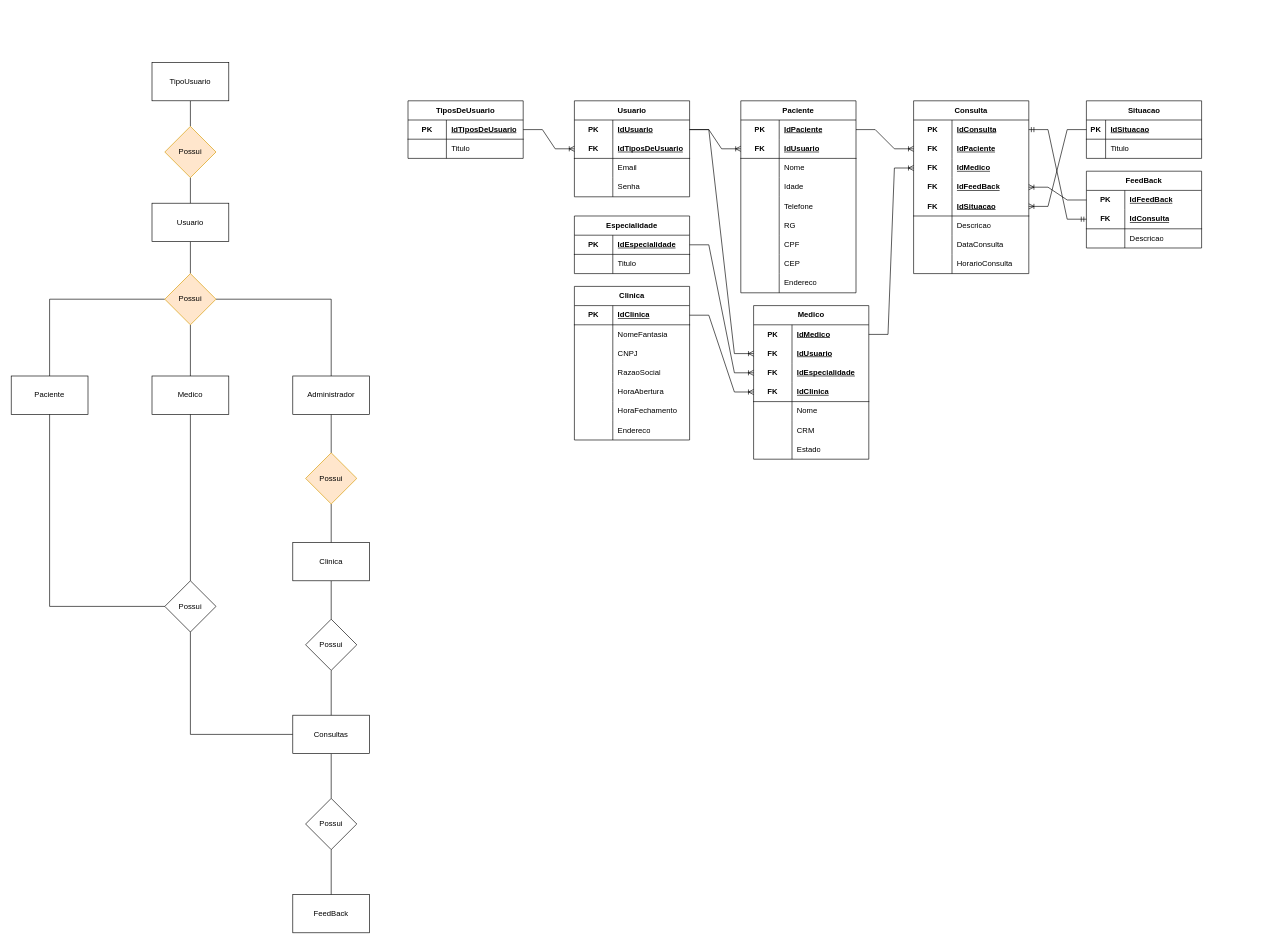
The draw.io diagram Diagrama_HealthClinic.drawio in GabrielHenriqueas/Projeto-HealthClinic, before the edit. Source tidied: cells renumbered, new cells numbered last; positions are measured from the earlier drawing's top-left corner, leaving out a move shared by most shapes. Both pictures are drawn from the tidied source at 64%, with x=0, y=0 at pixel (11, 62).
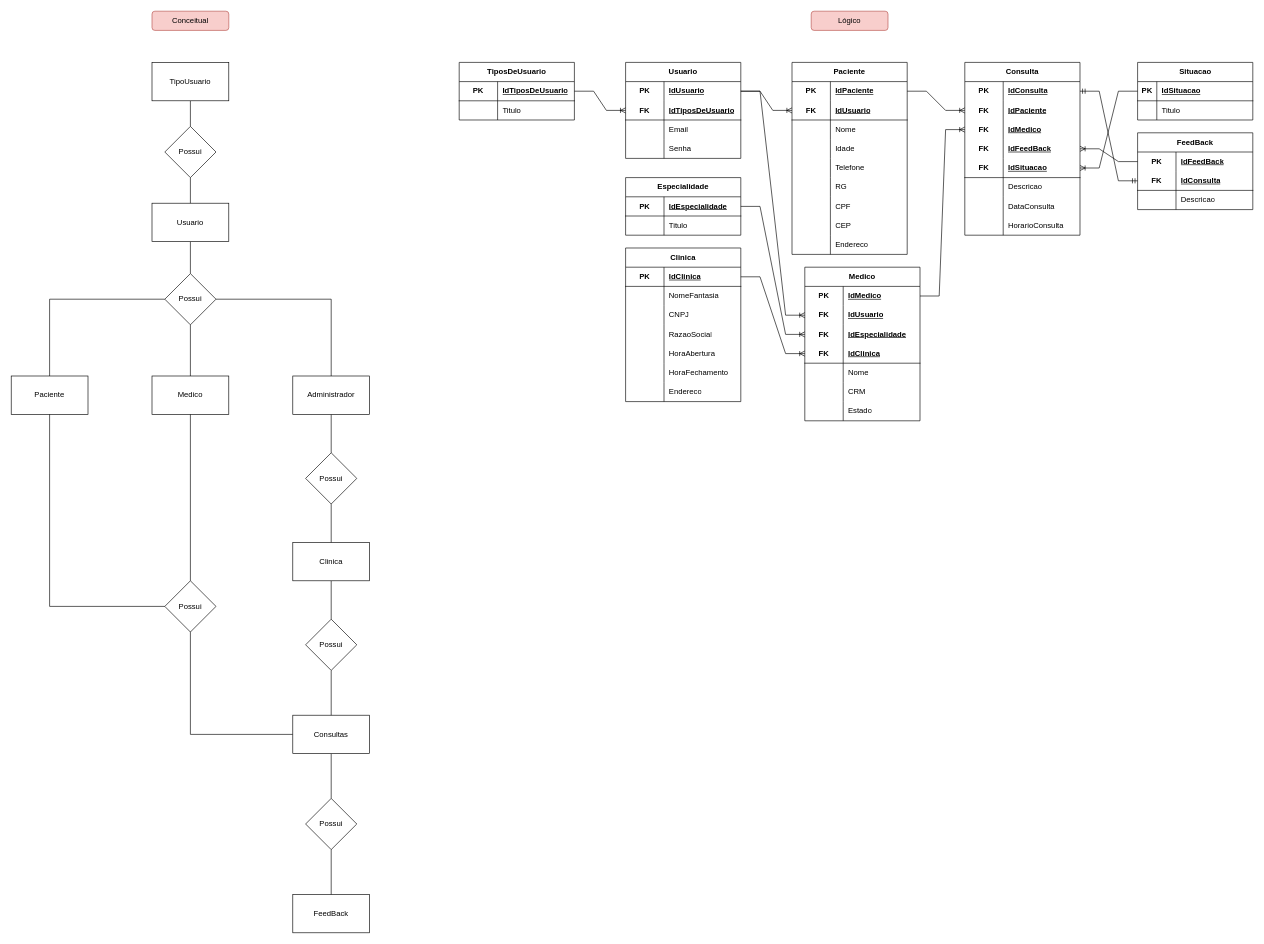
Above is the later version.

Unchanged cells that the change refers to:
```xml
<mxCell id="32" style="shape=tableRow;horizontal=0;startSize=0;swimlaneHead=0;swimlaneBody=0;fillColor=none;points=[[0,0.5],[1,0.5]];portConstraint=eastwest;top=0;left=0;right=0;bottom=1;html=1;" parent="31" vertex="1">
  <mxGeometry y="30" width="180" height="30" as="geometry" />
</mxCell>
<mxCell id="39" style="shape=tableRow;horizontal=0;startSize=0;swimlaneHead=0;swimlaneBody=0;fillColor=none;points=[[0,0.5],[1,0.5]];portConstraint=eastwest;top=0;left=0;right=0;bottom=0;html=1;" parent="38" vertex="1">
  <mxGeometry y="30" width="180" height="30" as="geometry" />
</mxCell>
<mxCell id="42" style="shape=tableRow;horizontal=0;startSize=0;swimlaneHead=0;swimlaneBody=0;fillColor=none;points=[[0,0.5],[1,0.5]];portConstraint=eastwest;top=0;left=0;right=0;bottom=1;html=1;" parent="38" vertex="1">
  <mxGeometry y="60" width="180" height="30" as="geometry" />
</mxCell>
<mxCell id="52" style="shape=tableRow;horizontal=0;startSize=0;swimlaneHead=0;swimlaneBody=0;fillColor=none;points=[[0,0.5],[1,0.5]];portConstraint=eastwest;top=0;left=0;right=0;bottom=0;html=1;" parent="51" vertex="1">
  <mxGeometry y="30" width="180" height="30" as="geometry" />
</mxCell>
<mxCell id="55" style="shape=tableRow;horizontal=0;startSize=0;swimlaneHead=0;swimlaneBody=0;fillColor=none;points=[[0,0.5],[1,0.5]];portConstraint=eastwest;top=0;left=0;right=0;bottom=0;html=1;" parent="51" vertex="1">
  <mxGeometry y="60" width="180" height="30" as="geometry" />
</mxCell>
<mxCell id="74" style="shape=tableRow;horizontal=0;startSize=0;swimlaneHead=0;swimlaneBody=0;fillColor=none;points=[[0,0.5],[1,0.5]];portConstraint=eastwest;top=0;left=0;right=0;bottom=0;html=1;" parent="73" vertex="1">
  <mxGeometry y="30" width="180" height="30" as="geometry" />
</mxCell>
<mxCell id="77" style="shape=tableRow;horizontal=0;startSize=0;swimlaneHead=0;swimlaneBody=0;fillColor=none;points=[[0,0.5],[1,0.5]];portConstraint=eastwest;top=0;left=0;right=0;bottom=1;html=1;" parent="73" vertex="1">
  <mxGeometry y="60" width="180" height="30" as="geometry" />
</mxCell>
<mxCell id="134" style="shape=tableRow;horizontal=0;startSize=0;swimlaneHead=0;swimlaneBody=0;fillColor=none;points=[[0,0.5],[1,0.5]];portConstraint=eastwest;top=0;left=0;right=0;bottom=0;html=1;" parent="130" vertex="1">
  <mxGeometry y="60" width="180" height="30" as="geometry" />
</mxCell>
<mxCell id="137" style="shape=tableRow;horizontal=0;startSize=0;swimlaneHead=0;swimlaneBody=0;fillColor=none;points=[[0,0.5],[1,0.5]];portConstraint=eastwest;top=0;left=0;right=0;bottom=0;html=1;" parent="130" vertex="1">
  <mxGeometry y="90" width="180" height="30" as="geometry" />
</mxCell>
```

The edit, as a diff of the source:
```diff
@@
-    <mxCell id="13" value="Possui" style="rhombus;whiteSpace=wrap;html=1;fillColor=#ffe6cc;strokeColor=#d79b00;" parent="1" vertex="1">
+    <mxCell id="13" value="Possui" style="rhombus;whiteSpace=wrap;html=1;" parent="1" vertex="1">
       <mxGeometry x="240" y="330" width="80" height="80" as="geometry" />
     </mxCell>
@@
-    <mxCell id="15" value="Possui" style="rhombus;whiteSpace=wrap;html=1;fillColor=#ffe6cc;strokeColor=#d79b00;" parent="1" vertex="1">
+    <mxCell id="15" value="Possui" style="rhombus;whiteSpace=wrap;html=1;" parent="1" vertex="1">
       <mxGeometry x="460" y="610" width="80" height="80" as="geometry" />
     </mxCell>
@@
-    <mxCell id="21" value="Possui" style="rhombus;whiteSpace=wrap;html=1;fillColor=#ffe6cc;strokeColor=#d79b00;" parent="1" vertex="1">
+    <mxCell id="21" value="Possui" style="rhombus;whiteSpace=wrap;html=1;" parent="1" vertex="1">
       <mxGeometry x="240" y="100" width="80" height="80" as="geometry" />
     </mxCell>
@@
     <mxCell id="31" value="TiposDeUsuario" style="shape=table;startSize=30;childLayout=tableLayout;rowLines=0;fontStyle=1;align=center;html=1;whiteSpace=wrap;" parent="1" vertex="1">
-      <mxGeometry x="620" y="60" width="180" height="90" as="geometry" />
+      <mxGeometry x="700" width="180" height="90" as="geometry" />
     </mxCell>
@@
     <mxCell id="38" value="Usuario" style="shape=table;startSize=30;childLayout=tableLayout;rowLines=0;fontStyle=1;align=center;html=1;whiteSpace=wrap;" parent="1" vertex="1">
-      <mxGeometry x="880" y="60" width="180" height="150" as="geometry" />
+      <mxGeometry x="960" width="180" height="150" as="geometry" />
     </mxCell>
@@
     <mxCell id="51" value="Medico" style="shape=table;startSize=30;childLayout=tableLayout;rowLines=0;fontStyle=1;align=center;html=1;whiteSpace=wrap;" parent="1" vertex="1">
-      <mxGeometry x="1160" y="380" width="180" height="240" as="geometry" />
+      <mxGeometry x="1240" y="320" width="180" height="240" as="geometry" />
     </mxCell>
@@
     <mxCell id="73" value="Paciente" style="shape=table;startSize=30;childLayout=tableLayout;rowLines=0;fontStyle=1;align=center;html=1;whiteSpace=wrap;" parent="1" vertex="1">
-      <mxGeometry x="1140" y="60" width="180" height="300" as="geometry" />
+      <mxGeometry x="1220" width="180" height="300" as="geometry" />
     </mxCell>
@@
     <mxCell id="101" value="Especialidade" style="shape=table;startSize=30;childLayout=tableLayout;rowLines=0;fontStyle=1;align=center;html=1;whiteSpace=wrap;" parent="1" vertex="1">
-      <mxGeometry x="880" y="240" width="180" height="90" as="geometry" />
+      <mxGeometry x="960" y="180" width="180" height="90" as="geometry" />
     </mxCell>
@@
     <mxCell id="108" value="Clinica" style="shape=table;startSize=30;childLayout=tableLayout;rowLines=0;fontStyle=1;align=center;html=1;whiteSpace=wrap;" parent="1" vertex="1">
-      <mxGeometry x="880" y="350" width="180" height="240" as="geometry" />
+      <mxGeometry x="960" y="290" width="180" height="240" as="geometry" />
     </mxCell>
@@
     <mxCell id="130" value="Consulta" style="shape=table;startSize=30;childLayout=tableLayout;rowLines=0;fontStyle=1;align=center;html=1;whiteSpace=wrap;" parent="1" vertex="1">
-      <mxGeometry x="1410" y="60" width="180" height="270" as="geometry" />
+      <mxGeometry x="1490" width="180" height="270" as="geometry" />
     </mxCell>
@@
     <mxCell id="155" style="edgeStyle=entityRelationEdgeStyle;fontSize=12;html=1;endArrow=ERoneToMany;rounded=0;exitX=1;exitY=0.5;exitDx=0;exitDy=0;entryX=0;entryY=0.5;entryDx=0;entryDy=0;" parent="1" edge="1" source="32" target="42">
       <mxGeometry relative="1" as="geometry">
         <Array as="points">
-          <mxPoint x="810" y="190" />
+          <mxPoint x="890" y="130" />
         </Array>
       </mxGeometry>
     </mxCell>
     <mxCell id="156" style="edgeStyle=entityRelationEdgeStyle;fontSize=12;html=1;endArrow=ERoneToMany;rounded=0;exitX=1;exitY=0.5;exitDx=0;exitDy=0;entryX=0;entryY=0.5;entryDx=0;entryDy=0;" parent="1" edge="1" source="74" target="134">
       <mxGeometry relative="1" as="geometry">
         <Array as="points">
-          <mxPoint x="1390" y="195" />
-          <mxPoint x="1400" y="165" />
+          <mxPoint x="1470" y="135" />
+          <mxPoint x="1480" y="105" />
         </Array>
       </mxGeometry>
     </mxCell>
     <mxCell id="157" style="edgeStyle=entityRelationEdgeStyle;fontSize=12;html=1;endArrow=ERoneToMany;rounded=0;exitX=1;exitY=0.5;exitDx=0;exitDy=0;entryX=0;entryY=0.5;entryDx=0;entryDy=0;" parent="1" edge="1" source="39" target="55">
       <mxGeometry relative="1" as="geometry">
         <Array as="points">
-          <mxPoint x="955" y="330" />
-          <mxPoint x="965" y="300" />
+          <mxPoint x="1035" y="270" />
+          <mxPoint x="1045" y="240" />
         </Array>
       </mxGeometry>
     </mxCell>
     <mxCell id="158" style="edgeStyle=entityRelationEdgeStyle;fontSize=12;html=1;endArrow=ERoneToMany;rounded=0;entryX=0;entryY=0.5;entryDx=0;entryDy=0;exitX=1;exitY=0.5;exitDx=0;exitDy=0;" parent="1" edge="1" source="39" target="77">
       <mxGeometry relative="1" as="geometry">
         <Array as="points">
-          <mxPoint x="1070" y="185" />
-          <mxPoint x="1080" y="155" />
+          <mxPoint x="1150" y="125" />
+          <mxPoint x="1160" y="95" />
         </Array>
       </mxGeometry>
     </mxCell>
     <mxCell id="159" style="edgeStyle=entityRelationEdgeStyle;fontSize=12;html=1;endArrow=ERoneToMany;rounded=0;exitX=1;exitY=0.5;exitDx=0;exitDy=0;entryX=0;entryY=0.5;entryDx=0;entryDy=0;" parent="1" edge="1" source="52" target="137">
       <mxGeometry relative="1" as="geometry">
         <Array as="points">
-          <mxPoint x="1400" y="575" />
-          <mxPoint x="1410" y="545" />
+          <mxPoint x="1480" y="515" />
+          <mxPoint x="1490" y="485" />
         </Array>
       </mxGeometry>
     </mxCell>
     <mxCell id="160" value="Situacao" style="shape=table;startSize=30;childLayout=tableLayout;rowLines=0;fontStyle=1;align=center;html=1;" parent="1" vertex="1">
-      <mxGeometry x="1680" y="60" width="180" height="90" as="geometry" />
+      <mxGeometry x="1760" width="180" height="90" as="geometry" />
     </mxCell>
@@
     <mxCell id="171" value="FeedBack" style="shape=table;startSize=30;childLayout=tableLayout;rowLines=0;fontStyle=1;align=center;html=1;whiteSpace=wrap;" parent="1" vertex="1">
-      <mxGeometry x="1680" y="170" width="180" height="120" as="geometry" />
+      <mxGeometry x="1760" y="110" width="180" height="120" as="geometry" />
     </mxCell>
@@
+    <mxCell id="182" value="Conceitual" style="rounded=1;whiteSpace=wrap;html=1;fillColor=#f8cecc;strokeColor=#b85450;" parent="1" vertex="1">
+      <mxGeometry x="220" y="-80" width="120" height="30" as="geometry" />
+    </mxCell>
+    <mxCell id="183" value="Lógico" style="rounded=1;whiteSpace=wrap;html=1;fillColor=#f8cecc;strokeColor=#b85450;" parent="1" vertex="1">
+      <mxGeometry x="1250" y="-80" width="120" height="30" as="geometry" />
+    </mxCell>
```
